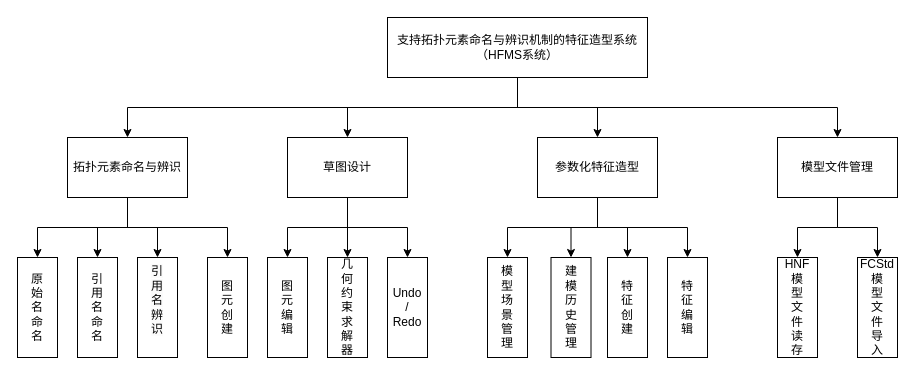
This is 功能模块最新.drawio from liuhuliuhu123/First-test, a draw.io file, before an edit. Source tidied: cells renumbered, new cells numbered last; positions are measured from the earlier drawing's top-left corner, leaving out a move shared by most shapes. Both pictures are drawn from the tidied source at 100%, with x=0, y=0 at pixel (17, 17).
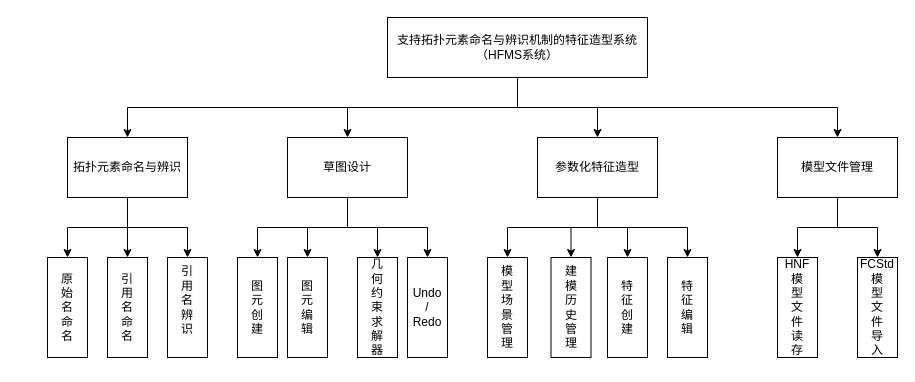
After the change.

Commit message (it also covers changes not shown here):
更新功能模块最新.drawio

Unchanged cells that the change refers to:
```xml
<mxCell id="11" value="拓扑元素命名与辨识" style="rounded=0;whiteSpace=wrap;html=1;" parent="1" vertex="1">
  <mxGeometry x="50" y="120" width="120" height="60" as="geometry" />
</mxCell>
<mxCell id="15" value="草图设计" style="rounded=0;whiteSpace=wrap;html=1;" parent="1" vertex="1">
  <mxGeometry x="270" y="120" width="120" height="60" as="geometry" />
</mxCell>
```

Diff of the diagram source:
```diff
@@
-    <mxCell id="9" style="edgeStyle=orthogonalEdgeStyle;rounded=0;jettySize=auto;html=1;" parent="1" edge="1" source="11" target="34">
-      <mxGeometry relative="1" as="geometry">
-        <Array as="points">
-          <mxPoint x="110" y="210" />
-          <mxPoint x="210" y="210" />
-        </Array>
-      </mxGeometry>
-    </mxCell>
     <mxCell id="10" style="edgeStyle=orthogonalEdgeStyle;rounded=0;jettySize=auto;html=1;entryX=0.5;entryY=0;entryDx=0;entryDy=0;" parent="1" edge="1" source="11" target="31">
       <mxGeometry relative="1" as="geometry">
         <Array as="points">
           <mxPoint x="110" y="210" />
-          <mxPoint x="20" y="210" />
+          <mxPoint x="50" y="210" />
         </Array>
       </mxGeometry>
     </mxCell>
@@
+    <mxCell id="37" style="edgeStyle=orthogonalEdgeStyle;rounded=0;jettySize=auto;html=1;" parent="1" edge="1" source="15" target="34">
+      <mxGeometry relative="1" as="geometry">
+        <Array as="points">
+          <mxPoint x="330" y="210" />
+          <mxPoint x="240" y="210" />
+        </Array>
+      </mxGeometry>
+    </mxCell>
@@
     <mxCell id="24" value="&#10;&lt;span style=&quot;color: rgb(0, 0, 0); font-family: Helvetica; font-size: 12px; font-style: normal; font-variant-ligatures: normal; font-variant-caps: normal; font-weight: 400; letter-spacing: normal; orphans: 2; text-align: center; text-indent: 0px; text-transform: none; widows: 2; word-spacing: 0px; -webkit-text-stroke-width: 0px; background-color: rgb(251, 251, 251); text-decoration-thickness: initial; text-decoration-style: initial; text-decoration-color: initial; float: none; display: inline !important;&quot;&gt;引&lt;/span&gt;&lt;br style=&quot;border-color: var(--border-color); color: rgb(0, 0, 0); font-family: Helvetica; font-size: 12px; font-style: normal; font-variant-ligatures: normal; font-variant-caps: normal; font-weight: 400; letter-spacing: normal; orphans: 2; text-align: center; text-indent: 0px; text-transform: none; widows: 2; word-spacing: 0px; -webkit-text-stroke-width: 0px; background-color: rgb(251, 251, 251); text-decoration-thickness: initial; text-decoration-style: initial; text-decoration-color: initial;&quot;&gt;&lt;span style=&quot;color: rgb(0, 0, 0); font-family: Helvetica; font-size: 12px; font-style: normal; font-variant-ligatures: normal; font-variant-caps: normal; font-weight: 400; letter-spacing: normal; orphans: 2; text-align: center; text-indent: 0px; text-transform: none; widows: 2; word-spacing: 0px; -webkit-text-stroke-width: 0px; background-color: rgb(251, 251, 251); text-decoration-thickness: initial; text-decoration-style: initial; text-decoration-color: initial; float: none; display: inline !important;&quot;&gt;用&lt;/span&gt;&lt;br style=&quot;border-color: var(--border-color); color: rgb(0, 0, 0); font-family: Helvetica; font-size: 12px; font-style: normal; font-variant-ligatures: normal; font-variant-caps: normal; font-weight: 400; letter-spacing: normal; orphans: 2; text-align: center; text-indent: 0px; text-transform: none; widows: 2; word-spacing: 0px; -webkit-text-stroke-width: 0px; background-color: rgb(251, 251, 251); text-decoration-thickness: initial; text-decoration-style: initial; text-decoration-color: initial;&quot;&gt;&lt;span style=&quot;color: rgb(0, 0, 0); font-family: Helvetica; font-size: 12px; font-style: normal; font-variant-ligatures: normal; font-variant-caps: normal; font-weight: 400; letter-spacing: normal; orphans: 2; text-align: center; text-indent: 0px; text-transform: none; widows: 2; word-spacing: 0px; -webkit-text-stroke-width: 0px; background-color: rgb(251, 251, 251); text-decoration-thickness: initial; text-decoration-style: initial; text-decoration-color: initial; float: none; display: inline !important;&quot;&gt;名&lt;/span&gt;&lt;br style=&quot;border-color: var(--border-color); color: rgb(0, 0, 0); font-family: Helvetica; font-size: 12px; font-style: normal; font-variant-ligatures: normal; font-variant-caps: normal; font-weight: 400; letter-spacing: normal; orphans: 2; text-align: center; text-indent: 0px; text-transform: none; widows: 2; word-spacing: 0px; -webkit-text-stroke-width: 0px; background-color: rgb(251, 251, 251); text-decoration-thickness: initial; text-decoration-style: initial; text-decoration-color: initial;&quot;&gt;&lt;span style=&quot;color: rgb(0, 0, 0); font-family: Helvetica; font-size: 12px; font-style: normal; font-variant-ligatures: normal; font-variant-caps: normal; font-weight: 400; letter-spacing: normal; orphans: 2; text-align: center; text-indent: 0px; text-transform: none; widows: 2; word-spacing: 0px; -webkit-text-stroke-width: 0px; background-color: rgb(251, 251, 251); text-decoration-thickness: initial; text-decoration-style: initial; text-decoration-color: initial; float: none; display: inline !important;&quot;&gt;辨&lt;/span&gt;&lt;br style=&quot;border-color: var(--border-color); color: rgb(0, 0, 0); font-family: Helvetica; font-size: 12px; font-style: normal; font-variant-ligatures: normal; font-variant-caps: normal; font-weight: 400; letter-spacing: normal; orphans: 2; text-align: center; text-indent: 0px; text-transform: none; widows: 2; word-spacing: 0px; -webkit-text-stroke-width: 0px; background-color: rgb(251, 251, 251); text-decoration-thickness: initial; text-decoration-style: initial; text-decoration-color: initial;&quot;&gt;&lt;span style=&quot;color: rgb(0, 0, 0); font-family: Helvetica; font-size: 12px; font-style: normal; font-variant-ligatures: normal; font-variant-caps: normal; font-weight: 400; letter-spacing: normal; orphans: 2; text-align: center; text-indent: 0px; text-transform: none; widows: 2; word-spacing: 0px; -webkit-text-stroke-width: 0px; background-color: rgb(251, 251, 251); text-decoration-thickness: initial; text-decoration-style: initial; text-decoration-color: initial; float: none; display: inline !important;&quot;&gt;识&lt;/span&gt;&#10;&#10;" style="rounded=0;whiteSpace=wrap;html=1;" parent="1" vertex="1">
-      <mxGeometry x="120" y="240" width="40" height="100" as="geometry" />
+      <mxGeometry x="150" y="240" width="40" height="100" as="geometry" />
     </mxCell>
@@
     <mxCell id="31" value="原&lt;br style=&quot;border-color: var(--border-color);&quot;&gt;始&lt;br style=&quot;border-color: var(--border-color);&quot;&gt;名&lt;br style=&quot;border-color: var(--border-color);&quot;&gt;命&lt;br style=&quot;border-color: var(--border-color);&quot;&gt;名" style="rounded=0;whiteSpace=wrap;html=1;" parent="1" vertex="1">
-      <mxGeometry y="240" width="40" height="100" as="geometry" />
+      <mxGeometry x="30" y="240" width="40" height="100" as="geometry" />
     </mxCell>
     <mxCell id="32" value="引&lt;br style=&quot;border-color: var(--border-color);&quot;&gt;用&lt;br style=&quot;border-color: var(--border-color);&quot;&gt;名&lt;br style=&quot;border-color: var(--border-color);&quot;&gt;命&lt;br style=&quot;border-color: var(--border-color);&quot;&gt;名" style="rounded=0;whiteSpace=wrap;html=1;" parent="1" vertex="1">
-      <mxGeometry x="60" y="240" width="40" height="100" as="geometry" />
+      <mxGeometry x="90" y="240" width="40" height="100" as="geometry" />
     </mxCell>
     <mxCell id="33" value="几&lt;br&gt;何&lt;br&gt;约&lt;br&gt;束&lt;br&gt;求&lt;br&gt;解&lt;br&gt;器" style="rounded=0;whiteSpace=wrap;html=1;" parent="1" vertex="1">
-      <mxGeometry x="310" y="240" width="40" height="100" as="geometry" />
+      <mxGeometry x="340" y="240" width="40" height="100" as="geometry" />
     </mxCell>
     <mxCell id="34" value="图&lt;br style=&quot;border-color: var(--border-color);&quot;&gt;元&lt;br style=&quot;border-color: var(--border-color);&quot;&gt;创&lt;br style=&quot;border-color: var(--border-color);&quot;&gt;建" style="rounded=0;whiteSpace=wrap;html=1;" parent="1" vertex="1">
-      <mxGeometry x="190" y="240" width="40" height="100" as="geometry" />
+      <mxGeometry x="220" y="240" width="40" height="100" as="geometry" />
     </mxCell>
     <mxCell id="35" value="图&lt;br style=&quot;border-color: var(--border-color);&quot;&gt;元&lt;br style=&quot;border-color: var(--border-color);&quot;&gt;编&lt;br style=&quot;border-color: var(--border-color);&quot;&gt;辑" style="rounded=0;whiteSpace=wrap;html=1;" parent="1" vertex="1">
-      <mxGeometry x="250" y="240" width="40" height="100" as="geometry" />
+      <mxGeometry x="270" y="240" width="40" height="100" as="geometry" />
     </mxCell>
     <mxCell id="36" value="Undo&lt;br style=&quot;border-color: var(--border-color);&quot;&gt;/&lt;br style=&quot;border-color: var(--border-color);&quot;&gt;Redo" style="rounded=0;whiteSpace=wrap;html=1;" parent="1" vertex="1">
-      <mxGeometry x="370" y="240" width="40" height="100" as="geometry" />
+      <mxGeometry x="390" y="240" width="40" height="100" as="geometry" />
     </mxCell>
```
